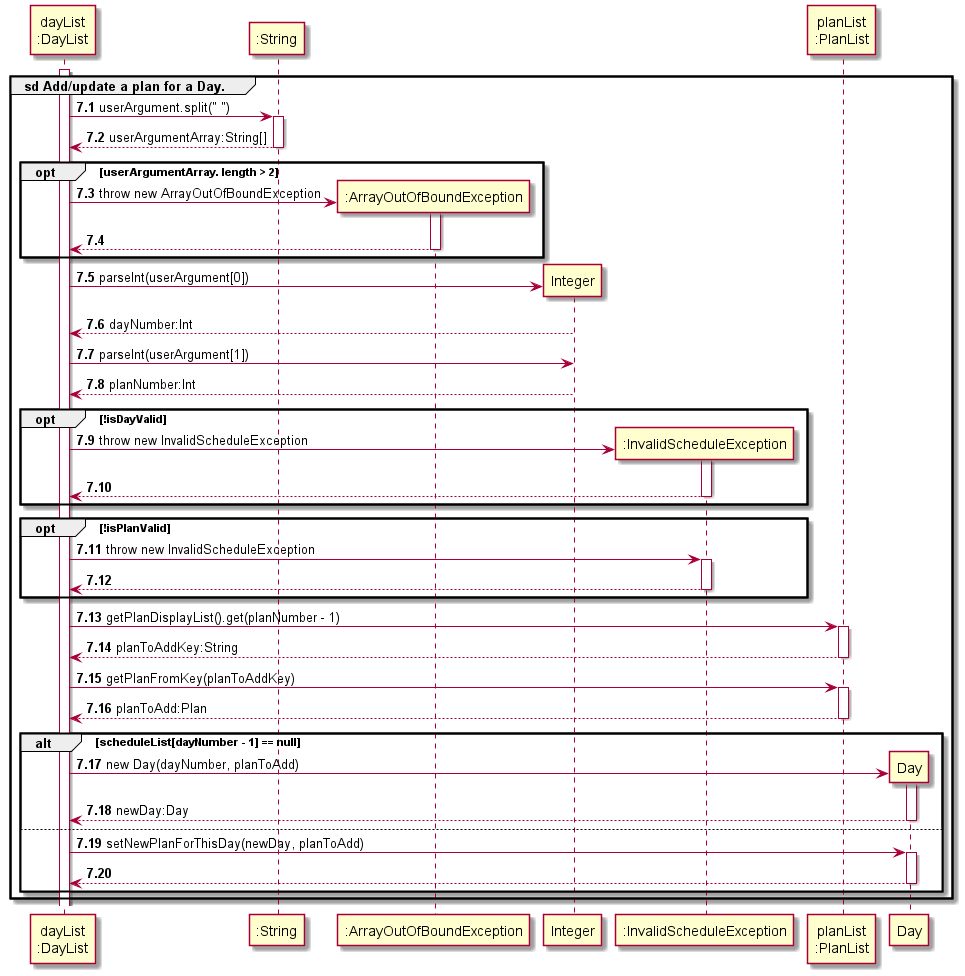
Before: docs/uml/sequenceDiagrams/schedule/images/updateScheduleDetails.png, a diagram exported from PlantUML (nus-cs2113-AY2122S2/tp).
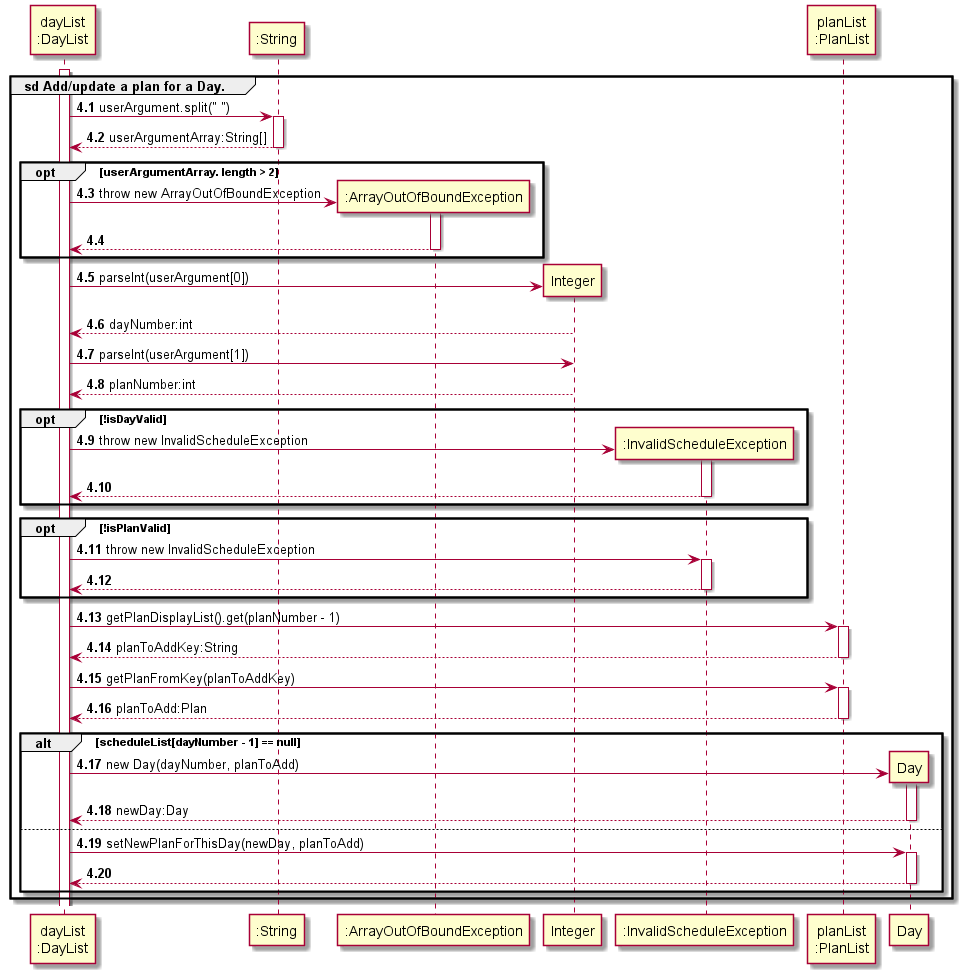
After the commit.

The edit, as a diff of the source:
```diff
@@ -1,7 +1,7 @@
 @startuml
-!include ../Style.puml
+!include ../../Style.puml
 
-autonumber 7.1
+autonumber 4.1
 
 participant "dayList\n:DayList" AS DayList
 participant ":String" AS string
@@ -26,9 +26,9 @@
 end
 create "Integer" AS int
 DayList -> int: parseInt(userArgument[0])
-return dayNumber:Int
+return dayNumber:int
 DayList -> int: parseInt(userArgument[1])
-return planNumber:Int
+return planNumber:int
 
 opt !isDayValid
 create ":InvalidScheduleException" AS ise
```
